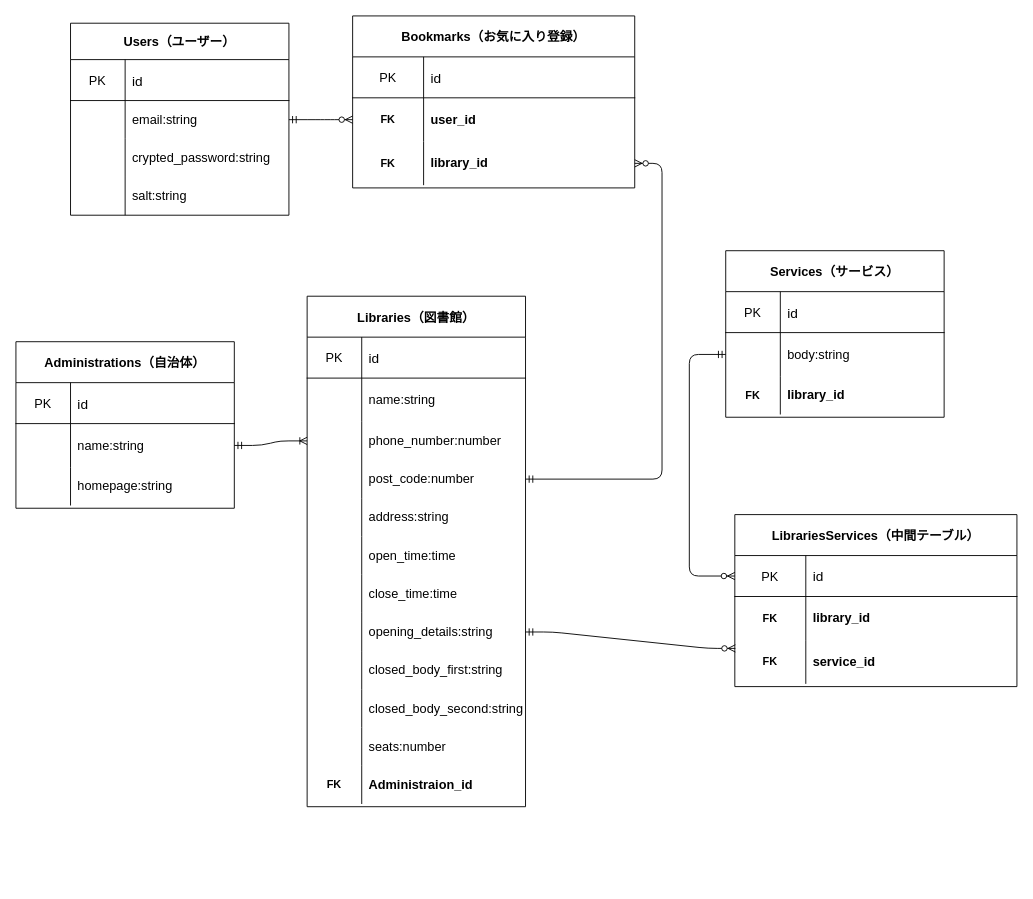
Earlier version of the draw.io diagram er.drawio (kentOtsuka/tokyo-library-rails). Source tidied: cells renumbered, new cells numbered last; positions are measured from the earlier drawing's top-left corner, leaving out a move shared by most shapes. Both pictures are drawn from the tidied source at 91%, with x=0, y=0 at pixel (15, 15).
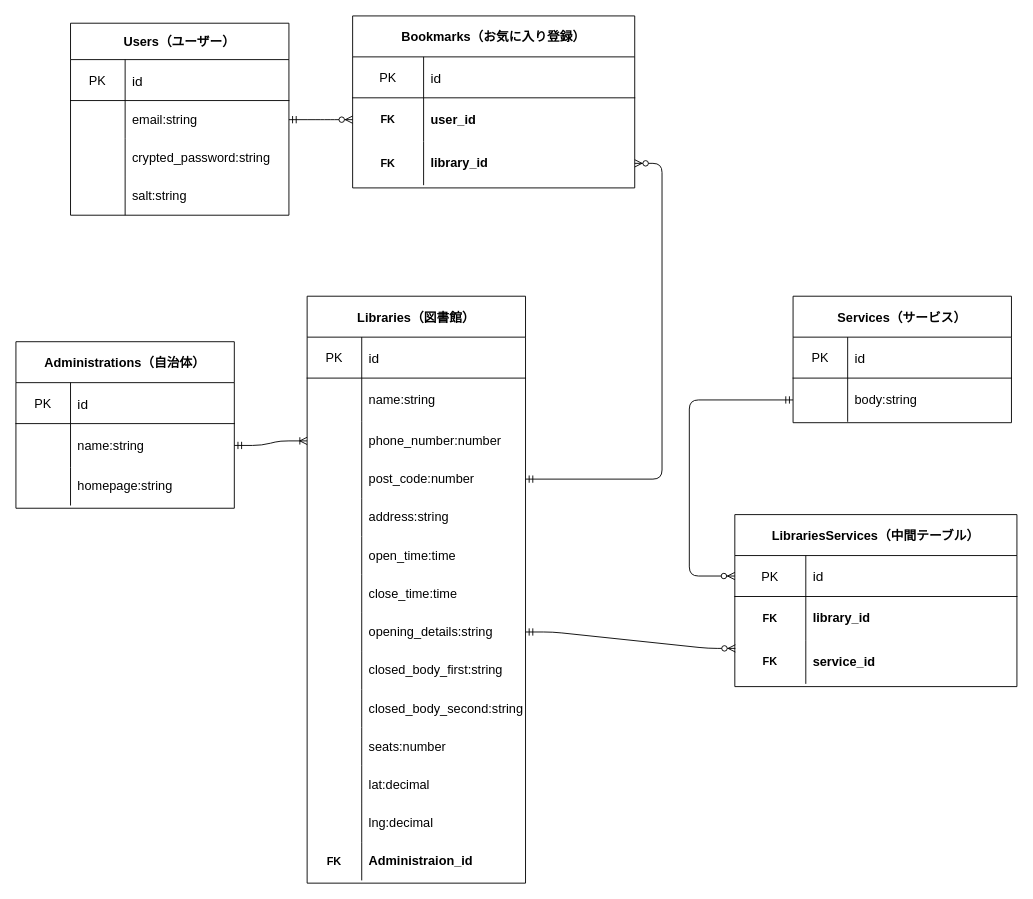
The same diagram, later.

Commit message (it also covers changes not shown here):
add：図書館テーブルに緯度経度のカラムを追加

What changed in the source:
```diff
@@
     <mxCell id="35" value="Libraries（図書館）" style="shape=table;startSize=45;childLayout=tableLayout;rowLines=0;fontStyle=1;align=center;fontSize=14;strokeWidth=1;" parent="1" vertex="1">
-      <mxGeometry x="320" y="308" width="240" height="561" as="geometry" />
+      <mxGeometry x="320" y="308" width="240" height="645" as="geometry" />
     </mxCell>
@@
+    <mxCell id="97" style="shape=partialRectangle;html=1;whiteSpace=wrap;fillColor=none;top=0;left=0;bottom=0;right=0;" parent="35" vertex="1">
+      <mxGeometry y="516" width="240" height="42" as="geometry" />
+    </mxCell>
+    <mxCell id="98" style="shape=partialRectangle;html=1;whiteSpace=wrap;fillColor=none;top=0;left=0;bottom=0;right=0;overflow=hidden;" parent="97" vertex="1">
+      <mxGeometry width="60" height="42" as="geometry" />
+    </mxCell>
+    <mxCell id="99" value="lat:decimal" style="shape=partialRectangle;html=1;whiteSpace=wrap;fillColor=none;top=0;left=0;bottom=0;right=0;align=left;spacingLeft=6;overflow=hidden;fontSize=14;" parent="97" vertex="1">
+      <mxGeometry x="60" width="180" height="42" as="geometry" />
+    </mxCell>
+    <mxCell id="100" style="shape=partialRectangle;html=1;whiteSpace=wrap;fillColor=none;top=0;left=0;bottom=0;right=0;" parent="35" vertex="1">
+      <mxGeometry y="558" width="240" height="42" as="geometry" />
+    </mxCell>
+    <mxCell id="101" style="shape=partialRectangle;html=1;whiteSpace=wrap;fillColor=none;top=0;left=0;bottom=0;right=0;overflow=hidden;" parent="100" vertex="1">
+      <mxGeometry width="60" height="42" as="geometry" />
+    </mxCell>
+    <mxCell id="102" value="lng:decimal" style="shape=partialRectangle;html=1;whiteSpace=wrap;fillColor=none;top=0;left=0;bottom=0;right=0;align=left;spacingLeft=6;overflow=hidden;fontSize=14;" parent="100" vertex="1">
+      <mxGeometry x="60" width="180" height="42" as="geometry" />
+    </mxCell>
     <mxCell id="69" style="shape=partialRectangle;html=1;whiteSpace=wrap;fillColor=none;top=0;left=0;bottom=0;right=0;fontStyle=1;" parent="35" vertex="1">
-      <mxGeometry y="516" width="240" height="42" as="geometry" />
+      <mxGeometry y="600" width="240" height="42" as="geometry" />
     </mxCell>
@@
     <mxCell id="72" value="Services（サービス）" style="shape=table;startSize=45;childLayout=tableLayout;rowLines=0;fontStyle=1;align=center;fontSize=14;strokeWidth=1;" parent="1" vertex="1">
-      <mxGeometry x="780" y="258" width="240" height="183" as="geometry" />
+      <mxGeometry x="854" y="308" width="240" height="139" as="geometry" />
     </mxCell>
@@
-    <mxCell id="79" style="shape=partialRectangle;html=1;whiteSpace=wrap;fillColor=none;top=0;left=0;bottom=0;right=0;" parent="72" vertex="1">
-      <mxGeometry y="138" width="240" height="42" as="geometry" />
-    </mxCell>
-    <mxCell id="80" value="FK" style="shape=partialRectangle;html=1;whiteSpace=wrap;fillColor=none;top=0;left=0;bottom=0;right=0;overflow=hidden;fontStyle=1;" parent="79" vertex="1">
-      <mxGeometry width="60" height="42" as="geometry" />
-    </mxCell>
-    <mxCell id="81" value="library_id" style="shape=partialRectangle;html=1;whiteSpace=wrap;fillColor=none;top=0;left=0;bottom=0;right=0;align=left;spacingLeft=6;overflow=hidden;fontSize=14;fontStyle=1;" parent="79" vertex="1">
-      <mxGeometry x="60" width="180" height="42" as="geometry" />
-    </mxCell>
```
